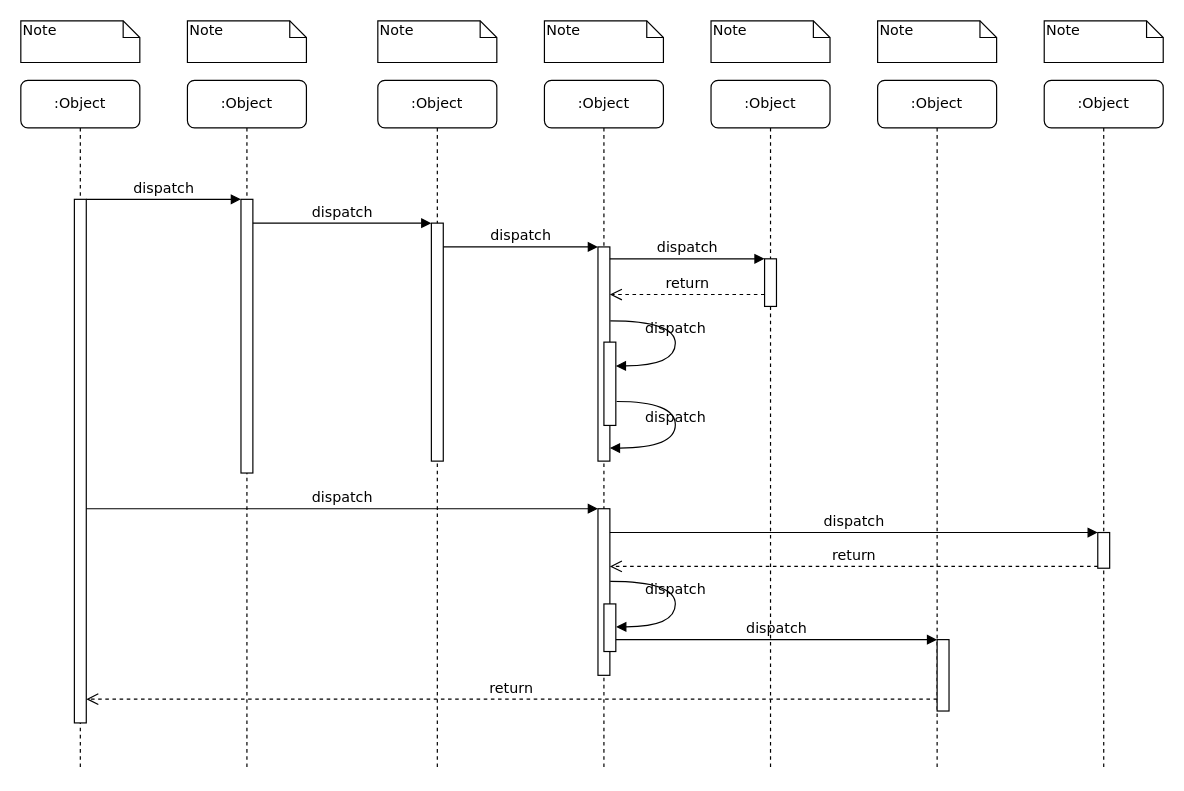
Kkorolyok/Diagrams keeps this draw.io diagram as UML.drawio. Above is the earlier version. Source tidied: cells renumbered, new cells numbered last; positions are measured from the earlier drawing's top-left corner, leaving out a move shared by most shapes. Both pictures are drawn from the tidied source at 119%, with x=0, y=0 at pixel (20, 20).
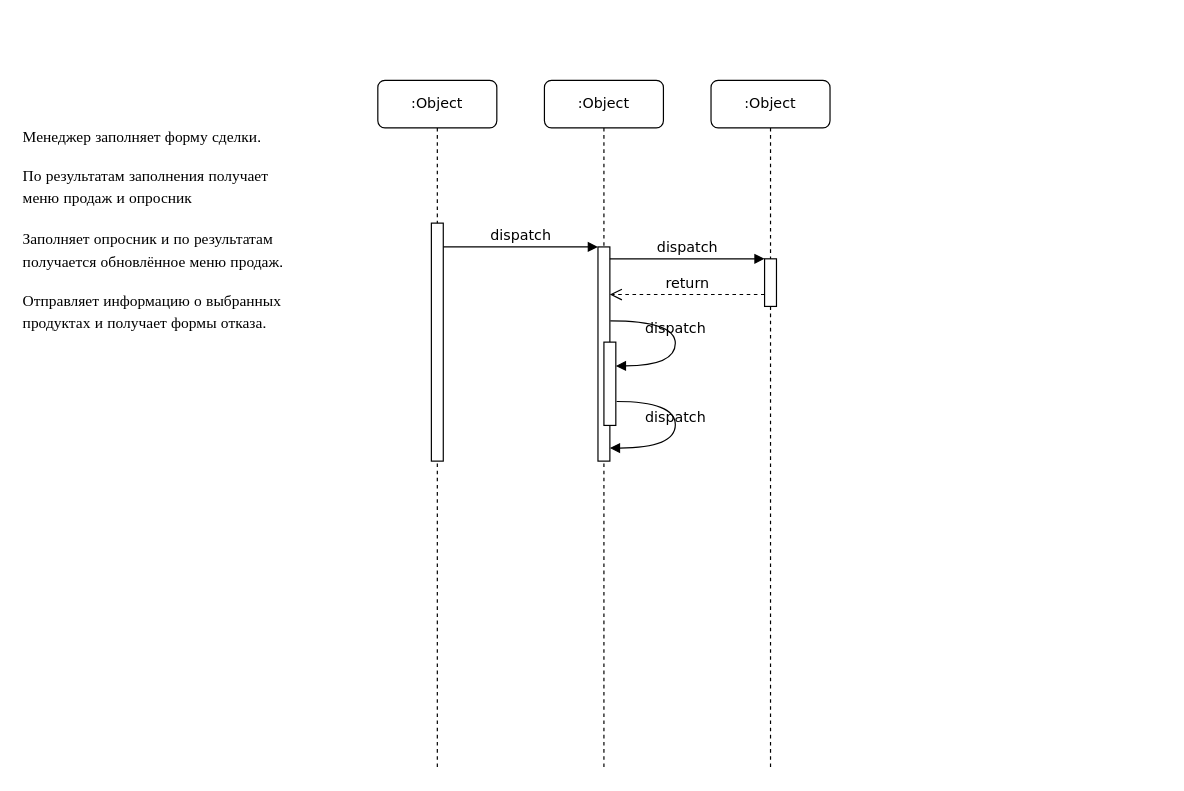
The same diagram, later.

The change refers to these unchanged cells:
```xml
<mxCell id="5" style="html=1;points=[];perimeter=orthogonalPerimeter;rounded=0;shadow=0;comic=0;labelBackgroundColor=none;strokeWidth=1;fontFamily=Verdana;fontSize=12;align=center;" parent="4" vertex="1">
  <mxGeometry x="45" y="120" width="10" height="200" as="geometry" />
</mxCell>
```

What changed in the source:
```diff
@@
-    <mxCell id="2" value=":Object" style="shape=umlLifeline;perimeter=lifelinePerimeter;whiteSpace=wrap;html=1;rounded=1;shadow=0;comic=0;labelBackgroundColor=none;strokeWidth=1;fontFamily=Verdana;fontSize=12;align=center;" parent="1" vertex="1">
-      <mxGeometry x="140" y="50" width="100" height="580" as="geometry" />
-    </mxCell>
-    <mxCell id="3" style="html=1;points=[];perimeter=orthogonalPerimeter;rounded=0;shadow=0;comic=0;labelBackgroundColor=none;strokeWidth=1;fontFamily=Verdana;fontSize=12;align=center;" parent="2" vertex="1">
-      <mxGeometry x="45" y="100" width="10" height="230" as="geometry" />
-    </mxCell>
@@
-    <mxCell id="8" value=":Object" style="shape=umlLifeline;perimeter=lifelinePerimeter;whiteSpace=wrap;html=1;rounded=1;shadow=0;comic=0;labelBackgroundColor=none;strokeWidth=1;fontFamily=Verdana;fontSize=12;align=center;" parent="1" vertex="1">
-      <mxGeometry x="720" y="50" width="100" height="580" as="geometry" />
-    </mxCell>
-    <mxCell id="9" value=":Object" style="shape=umlLifeline;perimeter=lifelinePerimeter;whiteSpace=wrap;html=1;rounded=1;shadow=0;comic=0;labelBackgroundColor=none;strokeWidth=1;fontFamily=Verdana;fontSize=12;align=center;" parent="1" vertex="1">
-      <mxGeometry x="860" y="50" width="100" height="580" as="geometry" />
-    </mxCell>
-    <mxCell id="10" value=":Object" style="shape=umlLifeline;perimeter=lifelinePerimeter;whiteSpace=wrap;html=1;rounded=1;shadow=0;comic=0;labelBackgroundColor=none;strokeWidth=1;fontFamily=Verdana;fontSize=12;align=center;" parent="1" vertex="1">
-      <mxGeometry y="50" width="100" height="580" as="geometry" />
-    </mxCell>
-    <mxCell id="11" style="html=1;points=[];perimeter=orthogonalPerimeter;rounded=0;shadow=0;comic=0;labelBackgroundColor=none;strokeWidth=1;fontFamily=Verdana;fontSize=12;align=center;" parent="10" vertex="1">
-      <mxGeometry x="45" y="100" width="10" height="440" as="geometry" />
-    </mxCell>
@@
-    <mxCell id="17" style="html=1;points=[];perimeter=orthogonalPerimeter;rounded=0;shadow=0;comic=0;labelBackgroundColor=none;strokeWidth=1;fontFamily=Verdana;fontSize=12;align=center;" parent="1" vertex="1">
-      <mxGeometry x="485" y="410" width="10" height="140" as="geometry" />
-    </mxCell>
-    <mxCell id="18" value="dispatch" style="html=1;verticalAlign=bottom;endArrow=block;entryX=0;entryY=0;labelBackgroundColor=none;fontFamily=Verdana;fontSize=12;" parent="1" edge="1" source="11" target="17">
-      <mxGeometry relative="1" as="geometry" />
-    </mxCell>
-    <mxCell id="19" style="html=1;points=[];perimeter=orthogonalPerimeter;rounded=0;shadow=0;comic=0;labelBackgroundColor=none;strokeColor=#000000;strokeWidth=1;fillColor=#FFFFFF;fontFamily=Verdana;fontSize=12;fontColor=#000000;align=center;" parent="1" vertex="1">
-      <mxGeometry x="905" y="430" width="10" height="30" as="geometry" />
-    </mxCell>
-    <mxCell id="20" value="dispatch" style="html=1;verticalAlign=bottom;endArrow=block;entryX=0;entryY=0;labelBackgroundColor=none;fontFamily=Verdana;fontSize=12;" parent="1" edge="1" source="17" target="19">
-      <mxGeometry relative="1" as="geometry" />
-    </mxCell>
-    <mxCell id="21" value="return" style="html=1;verticalAlign=bottom;endArrow=open;dashed=1;endSize=8;exitX=0;exitY=0.95;labelBackgroundColor=none;fontFamily=Verdana;fontSize=12;" parent="1" edge="1" source="19" target="17">
-      <mxGeometry relative="1" as="geometry" />
-    </mxCell>
-    <mxCell id="22" style="html=1;points=[];perimeter=orthogonalPerimeter;rounded=0;shadow=0;comic=0;labelBackgroundColor=none;strokeWidth=1;fontFamily=Verdana;fontSize=12;align=center;" parent="1" vertex="1">
-      <mxGeometry x="770" y="520" width="10" height="60" as="geometry" />
-    </mxCell>
-    <mxCell id="23" value="dispatch" style="html=1;verticalAlign=bottom;endArrow=block;entryX=0;entryY=0;labelBackgroundColor=none;fontFamily=Verdana;fontSize=12;edgeStyle=elbowEdgeStyle;elbow=vertical;" parent="1" edge="1" source="30" target="22">
-      <mxGeometry relative="1" as="geometry" />
-    </mxCell>
-    <mxCell id="24" value="return" style="html=1;verticalAlign=bottom;endArrow=open;dashed=1;endSize=8;labelBackgroundColor=none;fontFamily=Verdana;fontSize=12;edgeStyle=elbowEdgeStyle;elbow=vertical;" parent="1" edge="1" source="22" target="11">
-      <mxGeometry relative="1" as="geometry">
-        <Array as="points">
-          <mxPoint x="470" y="570" />
-        </Array>
-      </mxGeometry>
-    </mxCell>
-    <mxCell id="25" value="dispatch" style="html=1;verticalAlign=bottom;endArrow=block;entryX=0;entryY=0;labelBackgroundColor=none;fontFamily=Verdana;fontSize=12;edgeStyle=elbowEdgeStyle;elbow=vertical;" parent="1" edge="1" source="11" target="3">
-      <mxGeometry relative="1" as="geometry" />
-    </mxCell>
-    <mxCell id="26" value="dispatch" style="html=1;verticalAlign=bottom;endArrow=block;entryX=0;entryY=0;labelBackgroundColor=none;fontFamily=Verdana;fontSize=12;edgeStyle=elbowEdgeStyle;elbow=vertical;" parent="1" edge="1" source="3" target="5">
-      <mxGeometry relative="1" as="geometry" />
-    </mxCell>
@@
-    <mxCell id="30" style="html=1;points=[];perimeter=orthogonalPerimeter;rounded=0;shadow=0;comic=0;labelBackgroundColor=none;strokeWidth=1;fontFamily=Verdana;fontSize=12;align=center;" parent="1" vertex="1">
-      <mxGeometry x="490" y="490" width="10" height="40" as="geometry" />
-    </mxCell>
-    <mxCell id="31" value="dispatch" style="html=1;verticalAlign=bottom;endArrow=block;labelBackgroundColor=none;fontFamily=Verdana;fontSize=12;elbow=vertical;edgeStyle=orthogonalEdgeStyle;curved=1;entryX=1;entryY=0.286;entryPerimeter=0;exitX=1.038;exitY=0.345;exitPerimeter=0;" parent="1" edge="1">
-      <mxGeometry relative="1" as="geometry">
-        <mxPoint x="495.3" y="471" as="sourcePoint" />
-        <mxPoint x="500.3" y="509.3" as="targetPoint" />
-        <Array as="points">
-          <mxPoint x="550" y="471" />
-          <mxPoint x="550" y="509" />
-        </Array>
-      </mxGeometry>
-    </mxCell>
-    <mxCell id="32" value="Note" style="shape=note;whiteSpace=wrap;html=1;size=14;verticalAlign=top;align=left;spacingTop=-6;rounded=0;shadow=0;comic=0;labelBackgroundColor=none;strokeWidth=1;fontFamily=Verdana;fontSize=12;" parent="1" vertex="1">
-      <mxGeometry width="100" height="35" as="geometry" />
-    </mxCell>
-    <mxCell id="33" value="Note" style="shape=note;whiteSpace=wrap;html=1;size=14;verticalAlign=top;align=left;spacingTop=-6;rounded=0;shadow=0;comic=0;labelBackgroundColor=none;strokeWidth=1;fontFamily=Verdana;fontSize=12;" parent="1" vertex="1">
-      <mxGeometry x="140" width="100" height="35" as="geometry" />
-    </mxCell>
-    <mxCell id="34" value="Note" style="shape=note;whiteSpace=wrap;html=1;size=14;verticalAlign=top;align=left;spacingTop=-6;rounded=0;shadow=0;comic=0;labelBackgroundColor=none;strokeWidth=1;fontFamily=Verdana;fontSize=12;" parent="1" vertex="1">
-      <mxGeometry x="300" width="100" height="35" as="geometry" />
-    </mxCell>
-    <mxCell id="35" value="Note" style="shape=note;whiteSpace=wrap;html=1;size=14;verticalAlign=top;align=left;spacingTop=-6;rounded=0;shadow=0;comic=0;labelBackgroundColor=none;strokeWidth=1;fontFamily=Verdana;fontSize=12;" parent="1" vertex="1">
-      <mxGeometry x="440" width="100" height="35" as="geometry" />
-    </mxCell>
-    <mxCell id="36" value="Note" style="shape=note;whiteSpace=wrap;html=1;size=14;verticalAlign=top;align=left;spacingTop=-6;rounded=0;shadow=0;comic=0;labelBackgroundColor=none;strokeWidth=1;fontFamily=Verdana;fontSize=12;" parent="1" vertex="1">
-      <mxGeometry x="580" width="100" height="35" as="geometry" />
-    </mxCell>
-    <mxCell id="37" value="Note" style="shape=note;whiteSpace=wrap;html=1;size=14;verticalAlign=top;align=left;spacingTop=-6;rounded=0;shadow=0;comic=0;labelBackgroundColor=none;strokeWidth=1;fontFamily=Verdana;fontSize=12;" parent="1" vertex="1">
-      <mxGeometry x="720" width="100" height="35" as="geometry" />
-    </mxCell>
-    <mxCell id="38" value="Note" style="shape=note;whiteSpace=wrap;html=1;size=14;verticalAlign=top;align=left;spacingTop=-6;rounded=0;shadow=0;comic=0;labelBackgroundColor=none;strokeWidth=1;fontFamily=Verdana;fontSize=12;" parent="1" vertex="1">
-      <mxGeometry x="860" width="100" height="35" as="geometry" />
-    </mxCell>
+    <mxCell id="39" value="&lt;p style=&quot;margin: 0.0px 0.0px 0.0px 0.0px; font: 13.0px 'Helvetica Neue'&quot;&gt;Менеджер заполняет форму сделки.&lt;/p&gt;&#10;&lt;p style=&quot;margin: 0.0px 0.0px 0.0px 0.0px; font: 13.0px 'Helvetica Neue'&quot;&gt;По результатам заполнения получает меню продаж и опросник&lt;/p&gt;&#10;&lt;p style=&quot;margin: 0.0px 0.0px 0.0px 0.0px; font: 13.0px 'Helvetica Neue'&quot;&gt;Заполняет опросник и по результатам получается обновлённое меню продаж.&lt;/p&gt;&#10;&lt;p style=&quot;margin: 0.0px 0.0px 0.0px 0.0px; font: 13.0px 'Helvetica Neue'&quot;&gt;Отправляет информацию о выбранных продуктах и получает формы отказа.&lt;/p&gt;" style="text;whiteSpace=wrap;html=1;" parent="1" vertex="1">
+      <mxGeometry y="80" width="240" height="130" as="geometry" />
+    </mxCell>
```
